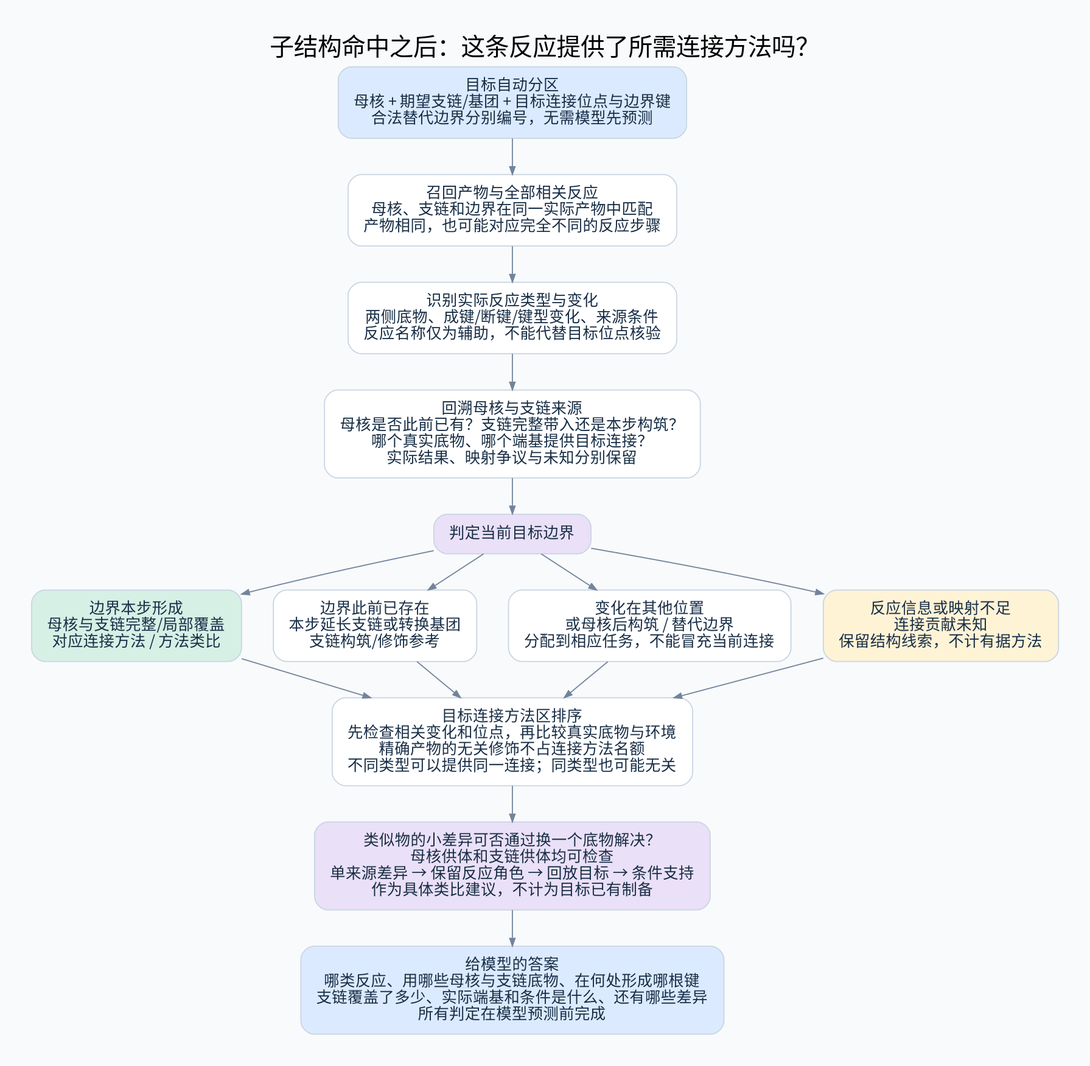
825728139/substructure_search keeps this Graphviz diagram as diagrams/attachment-methods.png. Above is the earlier version. Its source is kept beside it as diagrams/attachment-methods.dot.
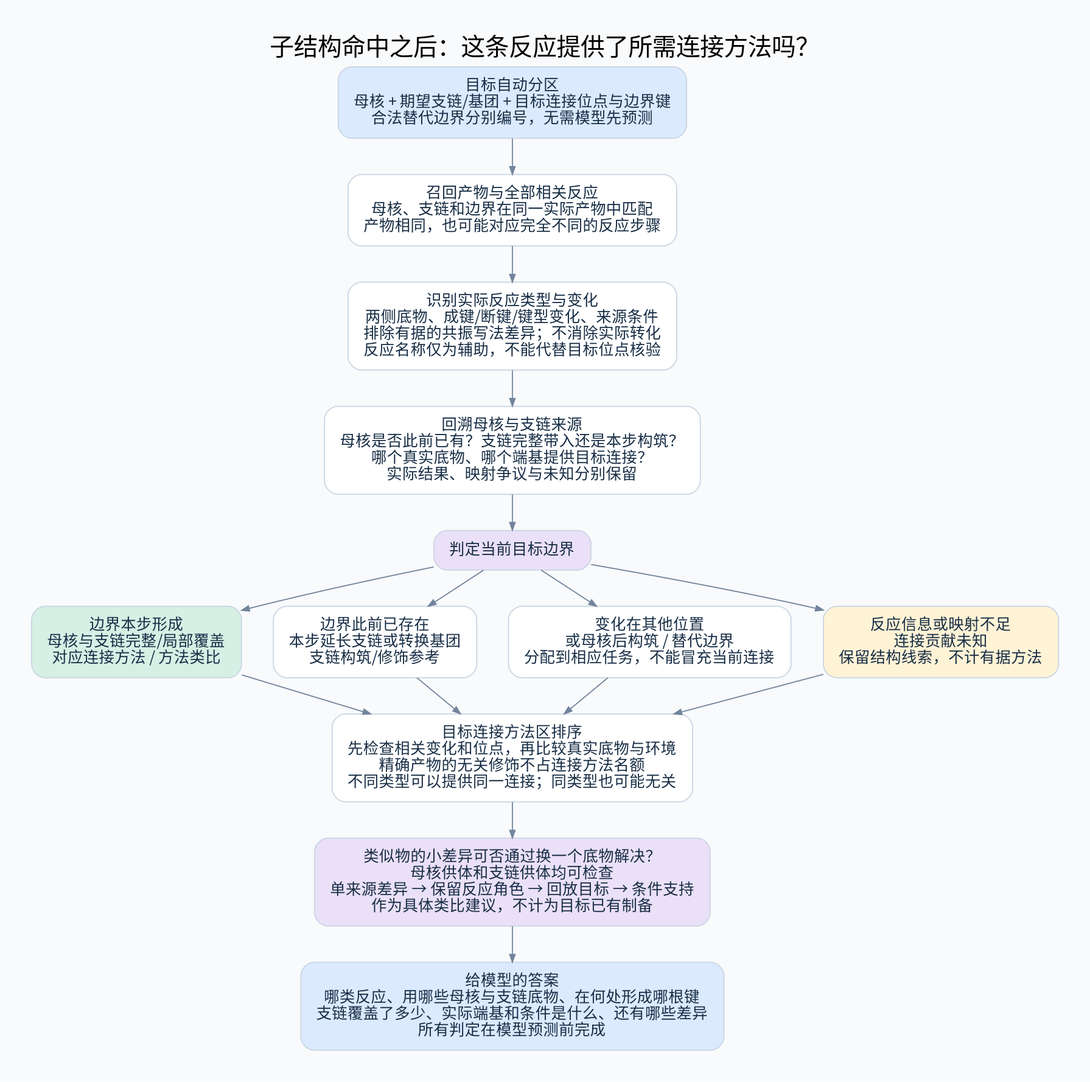
Above is the later version.

Diff of the diagram source:
```diff
@@ -13,6 +13,7 @@
 产物相同，也可能对应完全不同的反应步骤"];
 c [label="识别实际反应类型与变化
 两侧底物、成键/断键/键型变化、来源条件
+排除有据的共振写法差异；不消除实际转化
 反应名称仅为辅助，不能代替目标位点核验"];
 d [label="回溯母核与支链来源
 母核是否此前已有？支链完整带入还是本步构筑？
```
